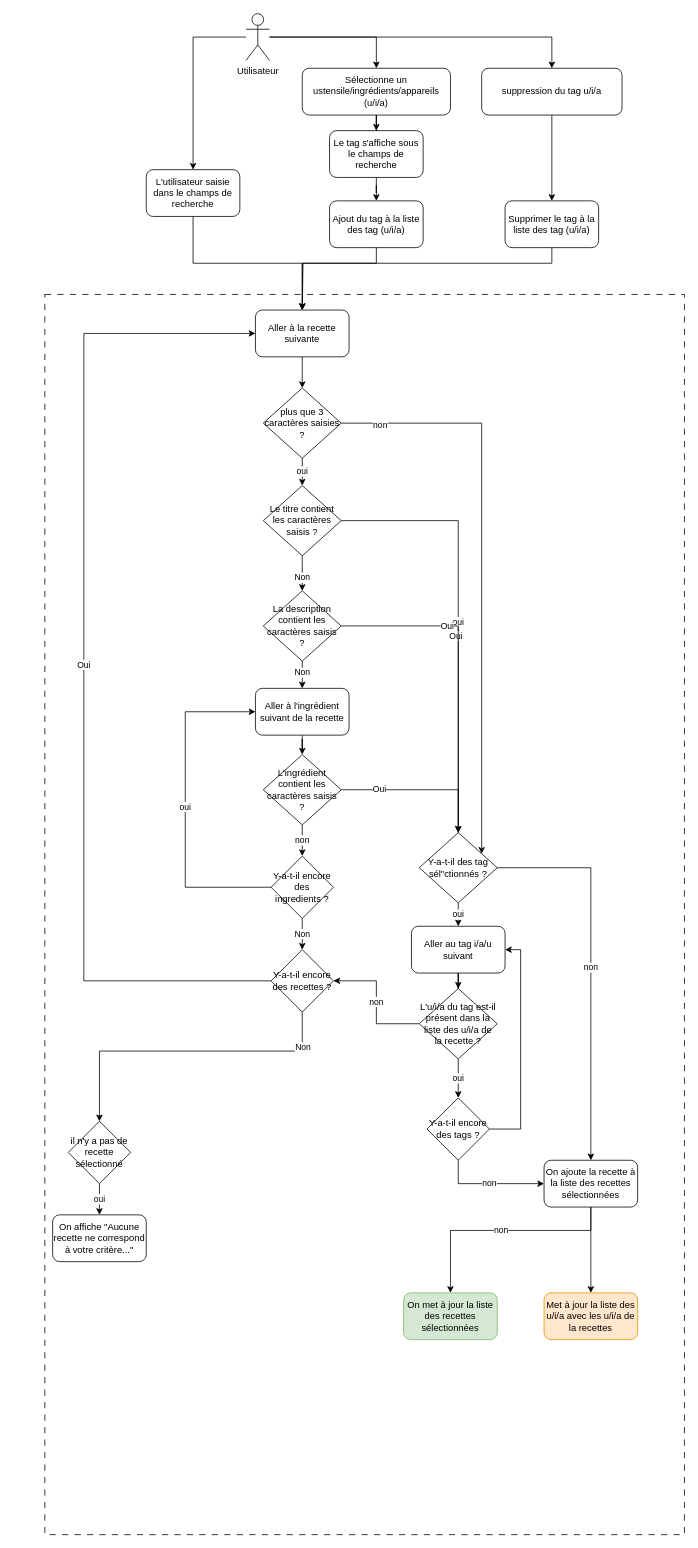
This is page "Correction" (2 of 2) of doc/Recherche.drawio from tetyanachouteau/front-end-search-engine-kitchen, a draw.io file, before an edit. Source tidied: cells renumbered, new cells numbered last; positions are measured from the earlier drawing's top-left corner, leaving out a move shared by most shapes. Both pictures are drawn from the tidied source at 78%, with x=0, y=0 at pixel (44, 13).
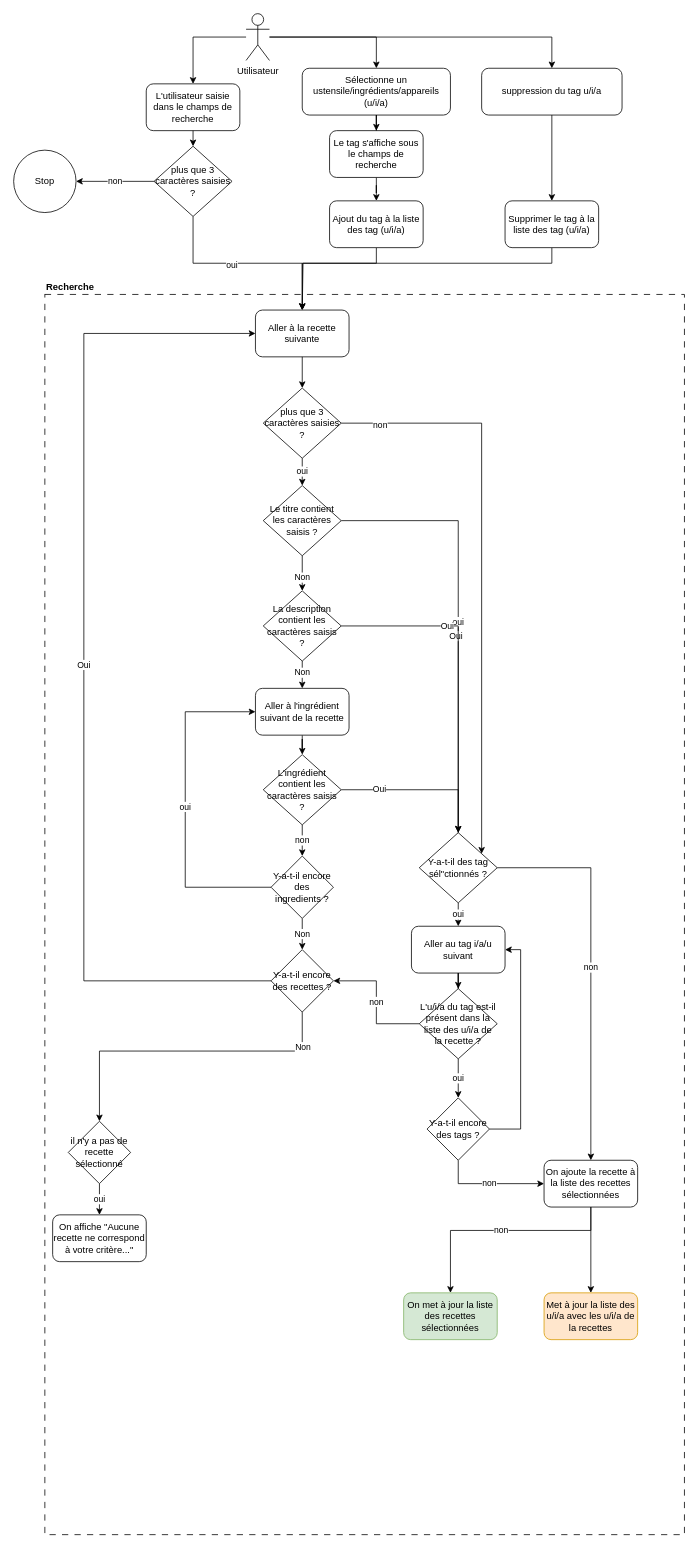
After the change.

Unchanged cells that the change refers to:
```xml
<mxCell id="11" value="Aller à la recette suivante" style="rounded=1;whiteSpace=wrap;html=1;" parent="1" vertex="1">
  <mxGeometry x="270" y="380" width="120" height="60" as="geometry" />
</mxCell>
```

The edit, as a diff of the source:
```diff
@@
-    <mxCell id="2" style="rounded=0;whiteSpace=wrap;html=1;fillColor=none;dashed=1;dashPattern=8 8;" parent="1" vertex="1">
+    <mxCell id="2" value="Recherche" style="rounded=0;whiteSpace=wrap;html=1;fillColor=none;dashed=1;dashPattern=8 8;align=left;labelPosition=center;verticalLabelPosition=top;verticalAlign=bottom;fontStyle=1;" parent="1" vertex="1">
       <mxGeometry y="360" width="820" height="1590" as="geometry" />
     </mxCell>
     <mxCell id="3" value="L'utilisateur saisie dans le champs de recherche" style="rounded=1;whiteSpace=wrap;html=1;" parent="1" vertex="1">
-      <mxGeometry x="130" y="200" width="120" height="60" as="geometry" />
+      <mxGeometry x="130" y="90" width="120" height="60" as="geometry" />
     </mxCell>
-    <mxCell id="4" style="endArrow=classic;html=1;rounded=0;exitX=0.5;exitY=1;exitDx=0;exitDy=0;entryX=0.5;entryY=0;entryDx=0;entryDy=0;edgeStyle=orthogonalEdgeStyle;" parent="1" edge="1" source="3" target="11">
+    <mxCell id="4" style="endArrow=classic;html=1;rounded=0;exitX=0.5;exitY=1;exitDx=0;exitDy=0;entryX=0.5;entryY=0;entryDx=0;entryDy=0;edgeStyle=orthogonalEdgeStyle;" parent="1" edge="1" source="70" target="11">
       <mxGeometry relative="1" as="geometry" />
     </mxCell>
+    <mxCell id="67" value="oui" style="edgeLabel;html=1;align=center;verticalAlign=middle;" parent="4" vertex="1">
+      <mxGeometry x="-0.16" y="-1" relative="1" as="geometry" />
+    </mxCell>
@@
+    <mxCell id="68" style="endArrow=classic;html=1;rounded=0;exitX=0.5;exitY=1;exitDx=0;exitDy=0;entryX=0.5;entryY=0;entryDx=0;entryDy=0;edgeStyle=orthogonalEdgeStyle;" parent="1" edge="1" source="3" target="70">
+      <mxGeometry relative="1" as="geometry" />
+    </mxCell>
+    <mxCell id="69" value="non" style="edgeStyle=orthogonalEdgeStyle;rounded=0;jettySize=auto;html=1;entryX=1;entryY=0.5;entryDx=0;entryDy=0;" parent="1" edge="1" source="70" target="71">
+      <mxGeometry relative="1" as="geometry" />
+    </mxCell>
+    <mxCell id="70" value="plus que 3 caractères saisies ?" style="rhombus;whiteSpace=wrap;html=1;" parent="1" vertex="1">
+      <mxGeometry x="140" y="170" width="100" height="90" as="geometry" />
+    </mxCell>
+    <mxCell id="71" value="Stop" style="ellipse;whiteSpace=wrap;html=1;" parent="1" vertex="1">
+      <mxGeometry x="-40" y="175" width="80" height="80" as="geometry" />
+    </mxCell>
```
